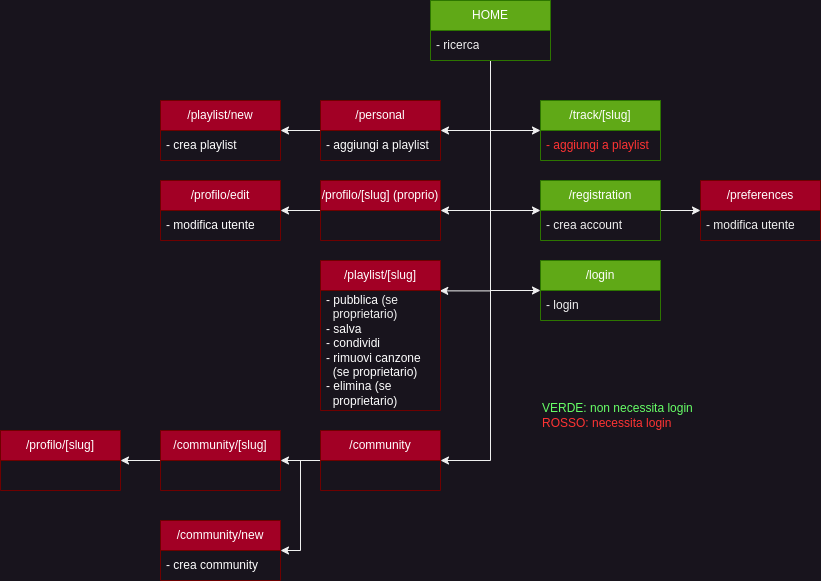
Earlier version of the draw.io export SchemaPagine.png (Tsagae/SNM). Source tidied: cells renumbered, new cells last; positions are measured from the earlier drawing's top-left corner, leaving out a move shared by most shapes. Source of this version:
```xml
<mxGraphModel>
  <root>
    <mxCell id="0" />
    <mxCell id="1" parent="0" />
    <mxCell id="2" value="/track/[slug]" style="swimlane;fontStyle=0;horizontal=1;startSize=30;whiteSpace=wrap;html=1;fillColor=#60a917;fontColor=#ffffff;strokeColor=#2D7600;" parent="1" vertex="1">
      <mxGeometry x="540" y="100" width="120" height="60" as="geometry" />
    </mxCell>
    <mxCell id="3" value="&lt;font color=&quot;#ff3333&quot;&gt;- aggiungi a playlist&lt;/font&gt;" style="text;strokeColor=none;fillColor=none;align=left;verticalAlign=middle;spacingLeft=4;spacingRight=4;overflow=hidden;whiteSpace=wrap;html=1;" parent="2" vertex="1">
      <mxGeometry y="30" width="120" height="30" as="geometry" />
    </mxCell>
    <mxCell id="4" style="edgeStyle=orthogonalEdgeStyle;rounded=0;jettySize=auto;html=1;entryX=0;entryY=0.5;entryDx=0;entryDy=0;" parent="1" edge="1" source="5" target="7">
      <mxGeometry relative="1" as="geometry" />
    </mxCell>
    <mxCell id="5" value="/registration" style="swimlane;fontStyle=0;horizontal=1;startSize=30;whiteSpace=wrap;html=1;fillColor=#60a917;fontColor=#ffffff;strokeColor=#2D7600;" parent="1" vertex="1">
      <mxGeometry x="540" y="180" width="120" height="60" as="geometry" />
    </mxCell>
    <mxCell id="6" value="- crea account" style="text;strokeColor=none;fillColor=none;align=left;verticalAlign=middle;spacingLeft=4;spacingRight=4;overflow=hidden;whiteSpace=wrap;html=1;" parent="5" vertex="1">
      <mxGeometry y="30" width="120" height="30" as="geometry" />
    </mxCell>
    <mxCell id="7" value="/preferences" style="swimlane;fontStyle=0;horizontal=1;startSize=30;whiteSpace=wrap;html=1;fillColor=#a20025;fontColor=#ffffff;strokeColor=#6F0000;" parent="1" vertex="1">
      <mxGeometry x="700" y="180" width="120" height="60" as="geometry" />
    </mxCell>
    <mxCell id="8" value="- modifica utente" style="text;strokeColor=none;fillColor=none;align=left;verticalAlign=middle;spacingLeft=4;spacingRight=4;overflow=hidden;whiteSpace=wrap;html=1;" parent="7" vertex="1">
      <mxGeometry y="30" width="120" height="30" as="geometry" />
    </mxCell>
    <mxCell id="9" value="/login" style="swimlane;fontStyle=0;horizontal=1;startSize=30;whiteSpace=wrap;html=1;fillColor=#60a917;fontColor=#ffffff;strokeColor=#2D7600;" parent="1" vertex="1">
      <mxGeometry x="540" y="260" width="120" height="60" as="geometry" />
    </mxCell>
    <mxCell id="10" value="- login" style="text;strokeColor=none;fillColor=none;align=left;verticalAlign=middle;spacingLeft=4;spacingRight=4;overflow=hidden;whiteSpace=wrap;html=1;" parent="9" vertex="1">
      <mxGeometry y="30" width="120" height="30" as="geometry" />
    </mxCell>
    <mxCell id="11" style="edgeStyle=orthogonalEdgeStyle;rounded=0;jettySize=auto;html=1;entryX=0;entryY=0.5;entryDx=0;entryDy=0;" parent="1" edge="1" source="18" target="9">
      <mxGeometry relative="1" as="geometry">
        <Array as="points">
          <mxPoint x="490" y="290" />
        </Array>
      </mxGeometry>
    </mxCell>
    <mxCell id="12" style="edgeStyle=orthogonalEdgeStyle;rounded=0;jettySize=auto;html=1;entryX=0;entryY=0.5;entryDx=0;entryDy=0;" parent="1" edge="1" source="18" target="5">
      <mxGeometry relative="1" as="geometry" />
    </mxCell>
    <mxCell id="13" style="edgeStyle=orthogonalEdgeStyle;rounded=0;jettySize=auto;html=1;entryX=0;entryY=0.5;entryDx=0;entryDy=0;" parent="1" edge="1" source="18" target="2">
      <mxGeometry relative="1" as="geometry" />
    </mxCell>
    <mxCell id="14" style="edgeStyle=orthogonalEdgeStyle;rounded=0;jettySize=auto;html=1;entryX=1;entryY=0.5;entryDx=0;entryDy=0;" parent="1" edge="1" source="18" target="21">
      <mxGeometry relative="1" as="geometry" />
    </mxCell>
    <mxCell id="15" style="edgeStyle=orthogonalEdgeStyle;rounded=0;jettySize=auto;html=1;entryX=1;entryY=0.5;entryDx=0;entryDy=0;" parent="1" edge="1" source="18" target="31">
      <mxGeometry relative="1" as="geometry" />
    </mxCell>
    <mxCell id="16" style="edgeStyle=orthogonalEdgeStyle;rounded=0;jettySize=auto;html=1;entryX=1;entryY=0.5;entryDx=0;entryDy=0;" parent="1" edge="1" source="18" target="25">
      <mxGeometry relative="1" as="geometry" />
    </mxCell>
    <mxCell id="17" style="edgeStyle=orthogonalEdgeStyle;rounded=0;orthogonalLoop=1;jettySize=auto;html=1;entryX=1.027;entryY=0.003;entryDx=0;entryDy=0;entryPerimeter=0;" parent="1" edge="1">
      <mxGeometry relative="1" as="geometry">
        <mxPoint x="486" y="60" as="sourcePoint" />
        <mxPoint x="439.2" y="290.4" as="targetPoint" />
        <Array as="points">
          <mxPoint x="490" y="60" />
          <mxPoint x="490" y="290" />
        </Array>
      </mxGeometry>
    </mxCell>
    <mxCell id="18" value="HOME" style="swimlane;fontStyle=0;horizontal=1;startSize=30;whiteSpace=wrap;html=1;fillColor=#60a917;fontColor=#ffffff;strokeColor=#2D7600;" parent="1" vertex="1">
      <mxGeometry x="430" width="120" height="60" as="geometry" />
    </mxCell>
    <mxCell id="19" value="- ricerca" style="text;strokeColor=none;fillColor=none;align=left;verticalAlign=middle;spacingLeft=4;spacingRight=4;overflow=hidden;whiteSpace=wrap;html=1;" parent="18" vertex="1">
      <mxGeometry y="30" width="120" height="30" as="geometry" />
    </mxCell>
    <mxCell id="20" style="edgeStyle=orthogonalEdgeStyle;rounded=0;jettySize=auto;html=1;entryX=1;entryY=0.5;entryDx=0;entryDy=0;" parent="1" edge="1" source="21" target="28">
      <mxGeometry relative="1" as="geometry" />
    </mxCell>
    <mxCell id="21" value="/personal" style="swimlane;fontStyle=0;horizontal=1;startSize=30;whiteSpace=wrap;html=1;fillColor=#a20025;fontColor=#ffffff;strokeColor=#6F0000;" parent="1" vertex="1">
      <mxGeometry x="320" y="100" width="120" height="60" as="geometry" />
    </mxCell>
    <mxCell id="22" value="&lt;font color=&quot;#ffffff&quot;&gt;- aggiungi a playlist&lt;/font&gt;" style="text;strokeColor=none;fillColor=none;align=left;verticalAlign=middle;spacingLeft=4;spacingRight=4;overflow=hidden;whiteSpace=wrap;html=1;" parent="21" vertex="1">
      <mxGeometry y="30" width="120" height="30" as="geometry" />
    </mxCell>
    <mxCell id="23" style="edgeStyle=orthogonalEdgeStyle;rounded=0;jettySize=auto;html=1;entryX=1;entryY=0.5;entryDx=0;entryDy=0;" parent="1" edge="1" source="25" target="35">
      <mxGeometry relative="1" as="geometry" />
    </mxCell>
    <mxCell id="24" style="edgeStyle=orthogonalEdgeStyle;rounded=0;jettySize=auto;html=1;entryX=1;entryY=0.5;entryDx=0;entryDy=0;" parent="1" edge="1" source="25" target="32">
      <mxGeometry relative="1" as="geometry" />
    </mxCell>
    <mxCell id="25" value="/community" style="swimlane;fontStyle=0;horizontal=1;startSize=30;whiteSpace=wrap;html=1;fillColor=#a20025;fontColor=#ffffff;strokeColor=#6F0000;" parent="1" vertex="1">
      <mxGeometry x="320" y="430" width="120" height="60" as="geometry" />
    </mxCell>
    <mxCell id="26" value="/playlist/[slug]" style="swimlane;fontStyle=0;horizontal=1;startSize=30;whiteSpace=wrap;html=1;fillColor=#a20025;fontColor=#ffffff;strokeColor=#6F0000;" parent="1" vertex="1">
      <mxGeometry x="320" y="260" width="120" height="150" as="geometry" />
    </mxCell>
    <mxCell id="27" value="&lt;font color=&quot;#ffffff&quot;&gt;- pubblica&amp;nbsp;&lt;/font&gt;(se&amp;nbsp; &amp;nbsp; &amp;nbsp; &amp;nbsp; &amp;nbsp; &amp;nbsp; &amp;nbsp; proprietario)&lt;font color=&quot;#ffffff&quot;&gt;&lt;br&gt;- salva&lt;br&gt;- condividi&lt;br&gt;- rimuovi canzone&lt;br&gt;&amp;nbsp; (se proprietario)&lt;br&gt;- elimina (se&amp;nbsp; &amp;nbsp; &amp;nbsp; &amp;nbsp; &amp;nbsp; &amp;nbsp; &amp;nbsp; &amp;nbsp; proprietario)&lt;br&gt;&lt;/font&gt;" style="text;strokeColor=none;fillColor=none;align=left;verticalAlign=middle;spacingLeft=4;spacingRight=4;overflow=hidden;whiteSpace=wrap;html=1;" parent="26" vertex="1">
      <mxGeometry y="30" width="120" height="120" as="geometry" />
    </mxCell>
    <mxCell id="28" value="/playlist/new" style="swimlane;fontStyle=0;horizontal=1;startSize=30;whiteSpace=wrap;html=1;fillColor=#a20025;fontColor=#ffffff;strokeColor=#6F0000;" parent="1" vertex="1">
      <mxGeometry x="160" y="100" width="120" height="60" as="geometry" />
    </mxCell>
    <mxCell id="29" value="&lt;font color=&quot;#ffffff&quot;&gt;- crea&amp;nbsp;playlist&lt;/font&gt;" style="text;strokeColor=none;fillColor=none;align=left;verticalAlign=middle;spacingLeft=4;spacingRight=4;overflow=hidden;whiteSpace=wrap;html=1;" parent="28" vertex="1">
      <mxGeometry y="30" width="120" height="30" as="geometry" />
    </mxCell>
    <mxCell id="30" style="edgeStyle=orthogonalEdgeStyle;rounded=0;jettySize=auto;html=1;entryX=1;entryY=0.5;entryDx=0;entryDy=0;" parent="1" edge="1" source="31" target="36">
      <mxGeometry relative="1" as="geometry" />
    </mxCell>
    <mxCell id="31" value="/profilo/[slug] (proprio)&lt;br&gt;" style="swimlane;fontStyle=0;horizontal=1;startSize=30;whiteSpace=wrap;html=1;fillColor=#a20025;fontColor=#ffffff;strokeColor=#6F0000;" parent="1" vertex="1">
      <mxGeometry x="320" y="180" width="120" height="60" as="geometry" />
    </mxCell>
    <mxCell id="32" value="/community/new" style="swimlane;fontStyle=0;horizontal=1;startSize=30;whiteSpace=wrap;html=1;fillColor=#a20025;fontColor=#ffffff;strokeColor=#6F0000;" parent="1" vertex="1">
      <mxGeometry x="160" y="520" width="120" height="60" as="geometry" />
    </mxCell>
    <mxCell id="33" value="&lt;font color=&quot;#ffffff&quot;&gt;- crea&amp;nbsp;community&lt;/font&gt;" style="text;strokeColor=none;fillColor=none;align=left;verticalAlign=middle;spacingLeft=4;spacingRight=4;overflow=hidden;whiteSpace=wrap;html=1;" parent="32" vertex="1">
      <mxGeometry y="30" width="120" height="30" as="geometry" />
    </mxCell>
    <mxCell id="34" style="edgeStyle=orthogonalEdgeStyle;rounded=0;jettySize=auto;html=1;entryX=1;entryY=0.5;entryDx=0;entryDy=0;" parent="1" edge="1" source="35" target="38">
      <mxGeometry relative="1" as="geometry" />
    </mxCell>
    <mxCell id="35" value="/community/[slug]" style="swimlane;fontStyle=0;horizontal=1;startSize=30;whiteSpace=wrap;html=1;fillColor=#a20025;fontColor=#ffffff;strokeColor=#6F0000;" parent="1" vertex="1">
      <mxGeometry x="160" y="430" width="120" height="60" as="geometry" />
    </mxCell>
    <mxCell id="36" value="/profilo/edit" style="swimlane;fontStyle=0;horizontal=1;startSize=30;whiteSpace=wrap;html=1;fillColor=#a20025;fontColor=#ffffff;strokeColor=#6F0000;" parent="1" vertex="1">
      <mxGeometry x="160" y="180" width="120" height="60" as="geometry" />
    </mxCell>
    <mxCell id="37" value="&lt;font color=&quot;#ffffff&quot;&gt;- modifica utente&lt;/font&gt;" style="text;strokeColor=none;fillColor=none;align=left;verticalAlign=middle;spacingLeft=4;spacingRight=4;overflow=hidden;whiteSpace=wrap;html=1;" parent="36" vertex="1">
      <mxGeometry y="30" width="120" height="30" as="geometry" />
    </mxCell>
    <mxCell id="38" value="/profilo/[slug]" style="swimlane;fontStyle=0;horizontal=1;startSize=30;whiteSpace=wrap;html=1;fillColor=#a20025;fontColor=#ffffff;strokeColor=#6F0000;" parent="1" vertex="1">
      <mxGeometry y="430" width="120" height="60" as="geometry" />
    </mxCell>
    <mxCell id="39" value="&lt;font color=&quot;#66ff66&quot;&gt;VERDE: non necessita login&lt;br&gt;&lt;/font&gt;&lt;font color=&quot;#ff3333&quot;&gt;ROSSO: necessita login&lt;/font&gt;" style="text;html=1;strokeColor=none;fillColor=none;align=left;verticalAlign=middle;whiteSpace=wrap;rounded=0;" parent="1" vertex="1">
      <mxGeometry x="540" y="380" width="215" height="70" as="geometry" />
    </mxCell>
  </root>
</mxGraphModel>
```
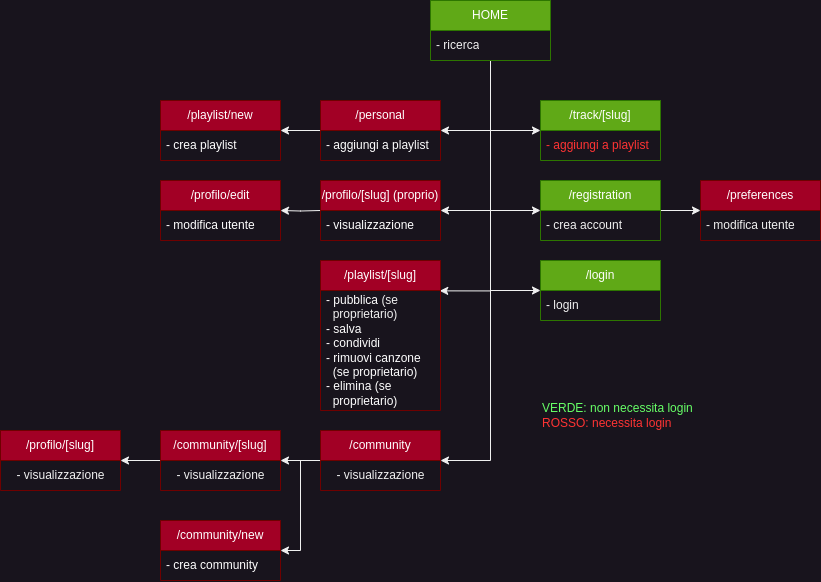
Above is the later version.

The edit, as a diff of the source:
```diff
@@ -85,6 +85,9 @@
     <mxCell id="25" value="/community" style="swimlane;fontStyle=0;horizontal=1;startSize=30;whiteSpace=wrap;html=1;fillColor=#a20025;fontColor=#ffffff;strokeColor=#6F0000;" parent="1" vertex="1">
       <mxGeometry x="320" y="430" width="120" height="60" as="geometry" />
     </mxCell>
+    <mxCell id="40" value="- visualizzazione" style="text;html=1;align=center;verticalAlign=middle;strokeColor=none;fillColor=none;" parent="25" vertex="1">
+      <mxGeometry y="30" width="120" height="30" as="geometry" />
+    </mxCell>
     <mxCell id="26" value="/playlist/[slug]" style="swimlane;fontStyle=0;horizontal=1;startSize=30;whiteSpace=wrap;html=1;fillColor=#a20025;fontColor=#ffffff;strokeColor=#6F0000;" parent="1" vertex="1">
       <mxGeometry x="320" y="260" width="120" height="150" as="geometry" />
     </mxCell>
@@ -97,12 +100,11 @@
     <mxCell id="29" value="&lt;font color=&quot;#ffffff&quot;&gt;- crea&amp;nbsp;playlist&lt;/font&gt;" style="text;strokeColor=none;fillColor=none;align=left;verticalAlign=middle;spacingLeft=4;spacingRight=4;overflow=hidden;whiteSpace=wrap;html=1;" parent="28" vertex="1">
       <mxGeometry y="30" width="120" height="30" as="geometry" />
     </mxCell>
-    <mxCell id="30" style="edgeStyle=orthogonalEdgeStyle;rounded=0;jettySize=auto;html=1;entryX=1;entryY=0.5;entryDx=0;entryDy=0;" parent="1" edge="1" source="31" target="36">
-      <mxGeometry relative="1" as="geometry" />
+    <mxCell id="30" style="edgeStyle=orthogonalEdgeStyle;rounded=0;jettySize=auto;html=1;entryX=1;entryY=0.5;entryDx=0;entryDy=0;" parent="1" edge="1" target="36">
+      <mxGeometry relative="1" as="geometry">
+        <mxPoint x="320" y="210" as="sourcePoint" />
+      </mxGeometry>
     </mxCell>
-    <mxCell id="31" value="/profilo/[slug] (proprio)&lt;br&gt;" style="swimlane;fontStyle=0;horizontal=1;startSize=30;whiteSpace=wrap;html=1;fillColor=#a20025;fontColor=#ffffff;strokeColor=#6F0000;" parent="1" vertex="1">
-      <mxGeometry x="320" y="180" width="120" height="60" as="geometry" />
-    </mxCell>
     <mxCell id="32" value="/community/new" style="swimlane;fontStyle=0;horizontal=1;startSize=30;whiteSpace=wrap;html=1;fillColor=#a20025;fontColor=#ffffff;strokeColor=#6F0000;" parent="1" vertex="1">
       <mxGeometry x="160" y="520" width="120" height="60" as="geometry" />
     </mxCell>
@@ -115,6 +117,9 @@
     <mxCell id="35" value="/community/[slug]" style="swimlane;fontStyle=0;horizontal=1;startSize=30;whiteSpace=wrap;html=1;fillColor=#a20025;fontColor=#ffffff;strokeColor=#6F0000;" parent="1" vertex="1">
       <mxGeometry x="160" y="430" width="120" height="60" as="geometry" />
     </mxCell>
+    <mxCell id="41" value="- visualizzazione" style="text;html=1;align=center;verticalAlign=middle;strokeColor=none;fillColor=none;" parent="35" vertex="1">
+      <mxGeometry y="30" width="120" height="30" as="geometry" />
+    </mxCell>
     <mxCell id="36" value="/profilo/edit" style="swimlane;fontStyle=0;horizontal=1;startSize=30;whiteSpace=wrap;html=1;fillColor=#a20025;fontColor=#ffffff;strokeColor=#6F0000;" parent="1" vertex="1">
       <mxGeometry x="160" y="180" width="120" height="60" as="geometry" />
     </mxCell>
@@ -124,8 +129,17 @@
     <mxCell id="38" value="/profilo/[slug]" style="swimlane;fontStyle=0;horizontal=1;startSize=30;whiteSpace=wrap;html=1;fillColor=#a20025;fontColor=#ffffff;strokeColor=#6F0000;" parent="1" vertex="1">
       <mxGeometry y="430" width="120" height="60" as="geometry" />
     </mxCell>
+    <mxCell id="42" value="- visualizzazione" style="text;html=1;align=center;verticalAlign=middle;strokeColor=none;fillColor=none;" parent="38" vertex="1">
+      <mxGeometry y="30" width="120" height="30" as="geometry" />
+    </mxCell>
     <mxCell id="39" value="&lt;font color=&quot;#66ff66&quot;&gt;VERDE: non necessita login&lt;br&gt;&lt;/font&gt;&lt;font color=&quot;#ff3333&quot;&gt;ROSSO: necessita login&lt;/font&gt;" style="text;html=1;strokeColor=none;fillColor=none;align=left;verticalAlign=middle;whiteSpace=wrap;rounded=0;" parent="1" vertex="1">
       <mxGeometry x="540" y="380" width="215" height="70" as="geometry" />
     </mxCell>
+    <mxCell id="31" value="/profilo/[slug] (proprio)" style="swimlane;fontStyle=0;horizontal=1;startSize=30;whiteSpace=wrap;html=1;fillColor=#a20025;fontColor=#ffffff;strokeColor=#6F0000;" parent="1" vertex="1">
+      <mxGeometry x="320" y="180" width="120" height="60" as="geometry" />
+    </mxCell>
+    <mxCell id="43" value="&lt;font color=&quot;#ffffff&quot;&gt;- visualizzazione&lt;/font&gt;" style="text;strokeColor=none;fillColor=none;align=left;verticalAlign=middle;spacingLeft=4;spacingRight=4;overflow=hidden;whiteSpace=wrap;html=1;" parent="31" vertex="1">
+      <mxGeometry y="30" width="120" height="30" as="geometry" />
+    </mxCell>
   </root>
 </mxGraphModel>
```
